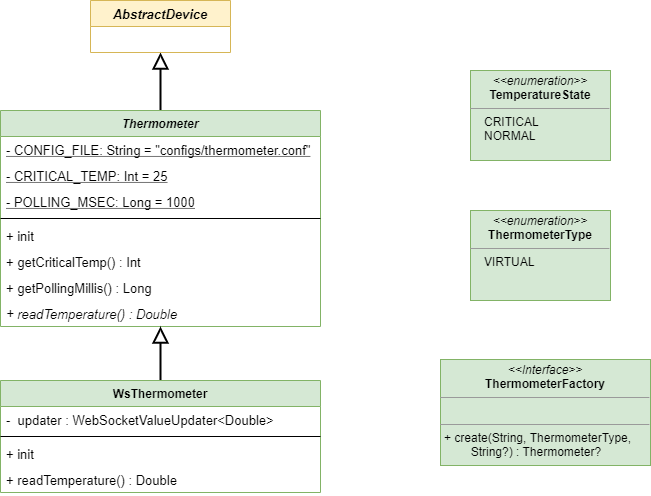
This is it.unibo.parkmanagerservice/userDocs/sprint/img/thermometer_UML.png from LM-96/ParkManagerService, a draw.io export, as it was before one commit. Source tidied: cells renumbered, new cells last; positions are measured from the earlier drawing's top-left corner, leaving out a move shared by most shapes. Its diagram source:
```xml
<mxGraphModel>
  <root>
    <mxCell id="0" />
    <mxCell id="1" parent="0" />
    <mxCell id="2" style="edgeStyle=orthogonalEdgeStyle;rounded=0;jettySize=auto;html=1;fontSize=13;endArrow=block;endFill=0;endSize=12;strokeWidth=2;" parent="1" edge="1" source="3" target="20">
      <mxGeometry relative="1" as="geometry" />
    </mxCell>
    <mxCell id="3" value="Thermometer" style="swimlane;fontStyle=3;align=center;verticalAlign=top;horizontal=1;startSize=26;fillColor=#d5e8d4;strokeColor=#82b366;" parent="1" vertex="1">
      <mxGeometry y="110" width="320" height="216" as="geometry" />
    </mxCell>
    <mxCell id="4" value="- CONFIG_FILE: String = &quot;configs/thermometer.conf&quot;" style="text;strokeColor=none;fillColor=none;align=left;verticalAlign=top;spacingLeft=4;spacingRight=4;overflow=hidden;fontSize=13;fontStyle=4;" parent="3" vertex="1">
      <mxGeometry y="26" width="320" height="26" as="geometry" />
    </mxCell>
    <mxCell id="5" value="- CRITICAL_TEMP: Int = 25" style="text;strokeColor=none;fillColor=none;align=left;verticalAlign=top;spacingLeft=4;spacingRight=4;overflow=hidden;fontSize=13;fontStyle=4;" parent="3" vertex="1">
      <mxGeometry y="52" width="320" height="26" as="geometry" />
    </mxCell>
    <mxCell id="6" value="- POLLING_MSEC: Long = 1000" style="text;strokeColor=none;fillColor=none;align=left;verticalAlign=top;spacingLeft=4;spacingRight=4;overflow=hidden;fontSize=13;fontStyle=4;" parent="3" vertex="1">
      <mxGeometry y="78" width="320" height="26" as="geometry" />
    </mxCell>
    <mxCell id="7" style="line;strokeWidth=1;fillColor=none;align=left;verticalAlign=middle;spacingTop=-1;spacingLeft=3;spacingRight=3;labelPosition=right;" parent="3" vertex="1">
      <mxGeometry y="104" width="320" height="8" as="geometry" />
    </mxCell>
    <mxCell id="8" value="+ init" style="text;strokeColor=none;fillColor=none;align=left;verticalAlign=top;spacingLeft=4;spacingRight=4;overflow=hidden;fontSize=13;" parent="3" vertex="1">
      <mxGeometry y="112" width="320" height="26" as="geometry" />
    </mxCell>
    <mxCell id="9" value="+ getCriticalTemp() : Int" style="text;strokeColor=none;fillColor=none;align=left;verticalAlign=top;spacingLeft=4;spacingRight=4;overflow=hidden;fontSize=13;" parent="3" vertex="1">
      <mxGeometry y="138" width="320" height="26" as="geometry" />
    </mxCell>
    <mxCell id="10" value="+ getPollingMillis() : Long" style="text;strokeColor=none;fillColor=none;align=left;verticalAlign=top;spacingLeft=4;spacingRight=4;overflow=hidden;fontSize=13;" parent="3" vertex="1">
      <mxGeometry y="164" width="320" height="26" as="geometry" />
    </mxCell>
    <mxCell id="11" value="+ readTemperature() : Double" style="text;strokeColor=none;fillColor=none;align=left;verticalAlign=top;spacingLeft=4;spacingRight=4;overflow=hidden;fontStyle=2;fontSize=13;" parent="3" vertex="1">
      <mxGeometry y="190" width="320" height="26" as="geometry" />
    </mxCell>
    <mxCell id="12" value="&lt;p style=&quot;margin: 0px ; margin-top: 4px ; text-align: center&quot;&gt;&lt;i&gt;&amp;lt;&amp;lt;enumeration&amp;gt;&amp;gt;&lt;/i&gt;&lt;br&gt;&lt;b&gt;TemperatureState&lt;/b&gt;&lt;/p&gt;&lt;hr size=&quot;1&quot;&gt;&lt;p style=&quot;margin: 0px ; margin-left: 4px&quot;&gt;&amp;nbsp; &amp;nbsp;CRITICAL&lt;/p&gt;&lt;p style=&quot;margin: 0px ; margin-left: 4px&quot;&gt;&amp;nbsp; &amp;nbsp;NORMAL&lt;/p&gt;" style="verticalAlign=top;align=left;overflow=fill;fontSize=12;fontFamily=Helvetica;html=1;fillColor=#d5e8d4;strokeColor=#82b366;" parent="1" vertex="1">
      <mxGeometry x="470" y="70" width="140" height="90" as="geometry" />
    </mxCell>
    <mxCell id="13" value="&lt;p style=&quot;margin: 0px ; margin-top: 4px ; text-align: center&quot;&gt;&lt;i&gt;&amp;lt;&amp;lt;enumeration&amp;gt;&amp;gt;&lt;/i&gt;&lt;br&gt;&lt;b&gt;ThermometerType&lt;/b&gt;&lt;/p&gt;&lt;hr size=&quot;1&quot;&gt;&lt;p style=&quot;margin: 0px ; margin-left: 4px&quot;&gt;&amp;nbsp; &amp;nbsp;VIRTUAL&lt;/p&gt;" style="verticalAlign=top;align=left;overflow=fill;fontSize=12;fontFamily=Helvetica;html=1;fillColor=#d5e8d4;strokeColor=#82b366;" parent="1" vertex="1">
      <mxGeometry x="470" y="210" width="140" height="90" as="geometry" />
    </mxCell>
    <mxCell id="14" style="edgeStyle=orthogonalEdgeStyle;rounded=0;jettySize=auto;html=1;fontSize=13;endSize=12;endArrow=block;endFill=0;strokeWidth=2;" parent="1" edge="1" source="15" target="3">
      <mxGeometry relative="1" as="geometry" />
    </mxCell>
    <mxCell id="15" value="WsThermometer" style="swimlane;fontStyle=1;align=center;verticalAlign=top;horizontal=1;startSize=26;fillColor=#d5e8d4;strokeColor=#82b366;" parent="1" vertex="1">
      <mxGeometry y="380" width="320" height="112" as="geometry" />
    </mxCell>
    <mxCell id="16" value="-  updater : WebSocketValueUpdater&lt;Double&gt;" style="text;strokeColor=none;fillColor=none;align=left;verticalAlign=top;spacingLeft=4;spacingRight=4;overflow=hidden;fontSize=13;" parent="15" vertex="1">
      <mxGeometry y="26" width="320" height="26" as="geometry" />
    </mxCell>
    <mxCell id="17" style="line;strokeWidth=1;fillColor=none;align=left;verticalAlign=middle;spacingTop=-1;spacingLeft=3;spacingRight=3;labelPosition=right;" parent="15" vertex="1">
      <mxGeometry y="52" width="320" height="8" as="geometry" />
    </mxCell>
    <mxCell id="18" value="+ init" style="text;strokeColor=none;fillColor=none;align=left;verticalAlign=top;spacingLeft=4;spacingRight=4;overflow=hidden;fontSize=13;" parent="15" vertex="1">
      <mxGeometry y="60" width="320" height="26" as="geometry" />
    </mxCell>
    <mxCell id="19" value="+ readTemperature() : Double" style="text;strokeColor=none;fillColor=none;align=left;verticalAlign=top;spacingLeft=4;spacingRight=4;overflow=hidden;fontStyle=0;fontSize=13;" parent="15" vertex="1">
      <mxGeometry y="86" width="320" height="26" as="geometry" />
    </mxCell>
    <mxCell id="20" value="AbstractDevice" style="swimlane;fontStyle=3;horizontal=1;startSize=26;fillColor=#fff2cc;fontSize=13;strokeColor=#d6b656;" parent="1" vertex="1">
      <mxGeometry x="90" width="140" height="52" as="geometry" />
    </mxCell>
    <mxCell id="21" value="&lt;p style=&quot;margin: 0px ; margin-top: 4px ; text-align: center&quot;&gt;&lt;i&gt;&amp;lt;&amp;lt;Interface&amp;gt;&amp;gt;&lt;/i&gt;&lt;br&gt;&lt;b&gt;ThermometerFactory&lt;/b&gt;&lt;/p&gt;&lt;hr size=&quot;1&quot;&gt;&lt;p style=&quot;margin: 0px ; margin-left: 4px&quot;&gt;&lt;br&gt;&lt;/p&gt;&lt;hr size=&quot;1&quot;&gt;&lt;p style=&quot;margin: 0px ; margin-left: 4px&quot;&gt;+ create(String, ThermometerType,&lt;/p&gt;&lt;p style=&quot;margin: 0px ; margin-left: 4px&quot;&gt;&amp;nbsp; &amp;nbsp; &amp;nbsp; &amp;nbsp; String?) :&lt;span&gt;&amp;nbsp;Thermometer?&lt;/span&gt;&lt;/p&gt;" style="verticalAlign=top;align=left;overflow=fill;fontSize=12;fontFamily=Helvetica;html=1;fillColor=#d5e8d4;strokeColor=#82b366;" parent="1" vertex="1">
      <mxGeometry x="440" y="359" width="210" height="106" as="geometry" />
    </mxCell>
  </root>
</mxGraphModel>
```
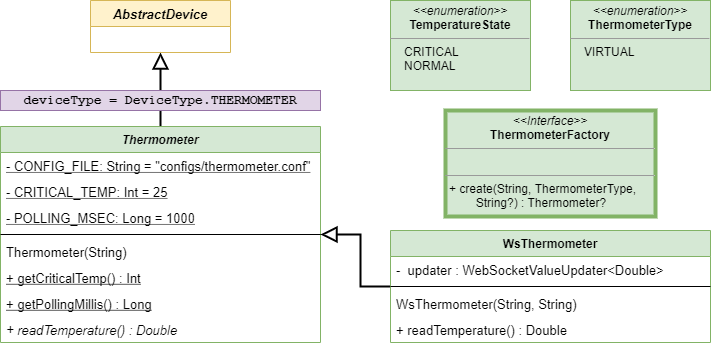
After the commit.

What changed in the source:
```diff
@@ -6,7 +6,7 @@
       <mxGeometry relative="1" as="geometry" />
     </mxCell>
     <mxCell id="3" value="Thermometer" style="swimlane;fontStyle=3;align=center;verticalAlign=top;horizontal=1;startSize=26;fillColor=#d5e8d4;strokeColor=#82b366;" parent="1" vertex="1">
-      <mxGeometry y="110" width="320" height="216" as="geometry" />
+      <mxGeometry y="126" width="320" height="216" as="geometry" />
     </mxCell>
     <mxCell id="4" value="- CONFIG_FILE: String = &quot;configs/thermometer.conf&quot;" style="text;strokeColor=none;fillColor=none;align=left;verticalAlign=top;spacingLeft=4;spacingRight=4;overflow=hidden;fontSize=13;fontStyle=4;" parent="3" vertex="1">
       <mxGeometry y="26" width="320" height="26" as="geometry" />
@@ -20,29 +20,29 @@
     <mxCell id="7" style="line;strokeWidth=1;fillColor=none;align=left;verticalAlign=middle;spacingTop=-1;spacingLeft=3;spacingRight=3;labelPosition=right;" parent="3" vertex="1">
       <mxGeometry y="104" width="320" height="8" as="geometry" />
     </mxCell>
-    <mxCell id="8" value="+ init" style="text;strokeColor=none;fillColor=none;align=left;verticalAlign=top;spacingLeft=4;spacingRight=4;overflow=hidden;fontSize=13;" parent="3" vertex="1">
+    <mxCell id="8" value="Thermometer(String)" style="text;strokeColor=none;fillColor=none;align=left;verticalAlign=top;spacingLeft=4;spacingRight=4;overflow=hidden;fontSize=13;" parent="3" vertex="1">
       <mxGeometry y="112" width="320" height="26" as="geometry" />
     </mxCell>
-    <mxCell id="9" value="+ getCriticalTemp() : Int" style="text;strokeColor=none;fillColor=none;align=left;verticalAlign=top;spacingLeft=4;spacingRight=4;overflow=hidden;fontSize=13;" parent="3" vertex="1">
+    <mxCell id="9" value="+ getCriticalTemp() : Int" style="text;strokeColor=none;fillColor=none;align=left;verticalAlign=top;spacingLeft=4;spacingRight=4;overflow=hidden;fontSize=13;fontStyle=4;" parent="3" vertex="1">
       <mxGeometry y="138" width="320" height="26" as="geometry" />
     </mxCell>
-    <mxCell id="10" value="+ getPollingMillis() : Long" style="text;strokeColor=none;fillColor=none;align=left;verticalAlign=top;spacingLeft=4;spacingRight=4;overflow=hidden;fontSize=13;" parent="3" vertex="1">
+    <mxCell id="10" value="+ getPollingMillis() : Long" style="text;strokeColor=none;fillColor=none;align=left;verticalAlign=top;spacingLeft=4;spacingRight=4;overflow=hidden;fontSize=13;fontStyle=4;" parent="3" vertex="1">
       <mxGeometry y="164" width="320" height="26" as="geometry" />
     </mxCell>
     <mxCell id="11" value="+ readTemperature() : Double" style="text;strokeColor=none;fillColor=none;align=left;verticalAlign=top;spacingLeft=4;spacingRight=4;overflow=hidden;fontStyle=2;fontSize=13;" parent="3" vertex="1">
       <mxGeometry y="190" width="320" height="26" as="geometry" />
     </mxCell>
     <mxCell id="12" value="&lt;p style=&quot;margin: 0px ; margin-top: 4px ; text-align: center&quot;&gt;&lt;i&gt;&amp;lt;&amp;lt;enumeration&amp;gt;&amp;gt;&lt;/i&gt;&lt;br&gt;&lt;b&gt;TemperatureState&lt;/b&gt;&lt;/p&gt;&lt;hr size=&quot;1&quot;&gt;&lt;p style=&quot;margin: 0px ; margin-left: 4px&quot;&gt;&amp;nbsp; &amp;nbsp;CRITICAL&lt;/p&gt;&lt;p style=&quot;margin: 0px ; margin-left: 4px&quot;&gt;&amp;nbsp; &amp;nbsp;NORMAL&lt;/p&gt;" style="verticalAlign=top;align=left;overflow=fill;fontSize=12;fontFamily=Helvetica;html=1;fillColor=#d5e8d4;strokeColor=#82b366;" parent="1" vertex="1">
-      <mxGeometry x="470" y="70" width="140" height="90" as="geometry" />
+      <mxGeometry x="390" width="140" height="90" as="geometry" />
     </mxCell>
     <mxCell id="13" value="&lt;p style=&quot;margin: 0px ; margin-top: 4px ; text-align: center&quot;&gt;&lt;i&gt;&amp;lt;&amp;lt;enumeration&amp;gt;&amp;gt;&lt;/i&gt;&lt;br&gt;&lt;b&gt;ThermometerType&lt;/b&gt;&lt;/p&gt;&lt;hr size=&quot;1&quot;&gt;&lt;p style=&quot;margin: 0px ; margin-left: 4px&quot;&gt;&amp;nbsp; &amp;nbsp;VIRTUAL&lt;/p&gt;" style="verticalAlign=top;align=left;overflow=fill;fontSize=12;fontFamily=Helvetica;html=1;fillColor=#d5e8d4;strokeColor=#82b366;" parent="1" vertex="1">
-      <mxGeometry x="470" y="210" width="140" height="90" as="geometry" />
+      <mxGeometry x="570" width="140" height="90" as="geometry" />
     </mxCell>
     <mxCell id="14" style="edgeStyle=orthogonalEdgeStyle;rounded=0;jettySize=auto;html=1;fontSize=13;endSize=12;endArrow=block;endFill=0;strokeWidth=2;" parent="1" edge="1" source="15" target="3">
       <mxGeometry relative="1" as="geometry" />
     </mxCell>
     <mxCell id="15" value="WsThermometer" style="swimlane;fontStyle=1;align=center;verticalAlign=top;horizontal=1;startSize=26;fillColor=#d5e8d4;strokeColor=#82b366;" parent="1" vertex="1">
-      <mxGeometry y="380" width="320" height="112" as="geometry" />
+      <mxGeometry x="390" y="230" width="320" height="112" as="geometry" />
     </mxCell>
     <mxCell id="16" value="-  updater : WebSocketValueUpdater&lt;Double&gt;" style="text;strokeColor=none;fillColor=none;align=left;verticalAlign=top;spacingLeft=4;spacingRight=4;overflow=hidden;fontSize=13;" parent="15" vertex="1">
       <mxGeometry y="26" width="320" height="26" as="geometry" />
@@ -50,7 +50,7 @@
     <mxCell id="17" style="line;strokeWidth=1;fillColor=none;align=left;verticalAlign=middle;spacingTop=-1;spacingLeft=3;spacingRight=3;labelPosition=right;" parent="15" vertex="1">
       <mxGeometry y="52" width="320" height="8" as="geometry" />
     </mxCell>
-    <mxCell id="18" value="+ init" style="text;strokeColor=none;fillColor=none;align=left;verticalAlign=top;spacingLeft=4;spacingRight=4;overflow=hidden;fontSize=13;" parent="15" vertex="1">
+    <mxCell id="18" value="WsThermometer(String, String)" style="text;strokeColor=none;fillColor=none;align=left;verticalAlign=top;spacingLeft=4;spacingRight=4;overflow=hidden;fontSize=13;" parent="15" vertex="1">
       <mxGeometry y="60" width="320" height="26" as="geometry" />
     </mxCell>
     <mxCell id="19" value="+ readTemperature() : Double" style="text;strokeColor=none;fillColor=none;align=left;verticalAlign=top;spacingLeft=4;spacingRight=4;overflow=hidden;fontStyle=0;fontSize=13;" parent="15" vertex="1">
@@ -59,8 +59,11 @@
     <mxCell id="20" value="AbstractDevice" style="swimlane;fontStyle=3;horizontal=1;startSize=26;fillColor=#fff2cc;fontSize=13;strokeColor=#d6b656;" parent="1" vertex="1">
       <mxGeometry x="90" width="140" height="52" as="geometry" />
     </mxCell>
-    <mxCell id="21" value="&lt;p style=&quot;margin: 0px ; margin-top: 4px ; text-align: center&quot;&gt;&lt;i&gt;&amp;lt;&amp;lt;Interface&amp;gt;&amp;gt;&lt;/i&gt;&lt;br&gt;&lt;b&gt;ThermometerFactory&lt;/b&gt;&lt;/p&gt;&lt;hr size=&quot;1&quot;&gt;&lt;p style=&quot;margin: 0px ; margin-left: 4px&quot;&gt;&lt;br&gt;&lt;/p&gt;&lt;hr size=&quot;1&quot;&gt;&lt;p style=&quot;margin: 0px ; margin-left: 4px&quot;&gt;+ create(String, ThermometerType,&lt;/p&gt;&lt;p style=&quot;margin: 0px ; margin-left: 4px&quot;&gt;&amp;nbsp; &amp;nbsp; &amp;nbsp; &amp;nbsp; String?) :&lt;span&gt;&amp;nbsp;Thermometer?&lt;/span&gt;&lt;/p&gt;" style="verticalAlign=top;align=left;overflow=fill;fontSize=12;fontFamily=Helvetica;html=1;fillColor=#d5e8d4;strokeColor=#82b366;" parent="1" vertex="1">
-      <mxGeometry x="440" y="359" width="210" height="106" as="geometry" />
+    <mxCell id="21" value="&lt;p style=&quot;margin: 0px ; margin-top: 4px ; text-align: center&quot;&gt;&lt;i&gt;&amp;lt;&amp;lt;Interface&amp;gt;&amp;gt;&lt;/i&gt;&lt;br&gt;&lt;b&gt;ThermometerFactory&lt;/b&gt;&lt;/p&gt;&lt;hr size=&quot;1&quot;&gt;&lt;p style=&quot;margin: 0px ; margin-left: 4px&quot;&gt;&lt;br&gt;&lt;/p&gt;&lt;hr size=&quot;1&quot;&gt;&lt;p style=&quot;margin: 0px ; margin-left: 4px&quot;&gt;+ create(String, ThermometerType,&lt;/p&gt;&lt;p style=&quot;margin: 0px ; margin-left: 4px&quot;&gt;&amp;nbsp; &amp;nbsp; &amp;nbsp; &amp;nbsp; String?) :&lt;span&gt;&amp;nbsp;Thermometer?&lt;/span&gt;&lt;/p&gt;" style="verticalAlign=top;align=left;overflow=fill;fontSize=12;fontFamily=Helvetica;html=1;fillColor=#d5e8d4;strokeColor=#82b366;strokeWidth=4;" parent="1" vertex="1">
+      <mxGeometry x="445" y="110" width="210" height="106" as="geometry" />
     </mxCell>
+    <mxCell id="22" value="deviceType = DeviceType.THERMOMETER" style="text;html=1;align=center;verticalAlign=middle;whiteSpace=wrap;rounded=0;fontFamily=Courier New;fontSize=13;fontStyle=1;fillColor=#e1d5e7;strokeColor=#9673a6;" parent="1" vertex="1">
+      <mxGeometry y="90" width="320" height="20" as="geometry" />
+    </mxCell>
   </root>
 </mxGraphModel>
```
